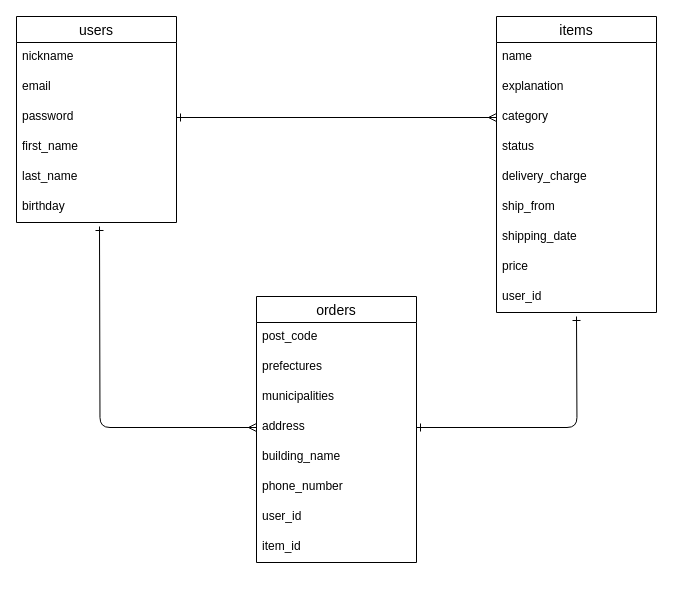
The draw.io diagram er.dio in hm19890304/furima-37771, before the edit. Source tidied: cells renumbered, new cells numbered last; positions are measured from the earlier drawing's top-left corner, leaving out a move shared by most shapes. Both pictures are drawn from the tidied source at 100%, with x=0, y=0 at pixel (16, 16).
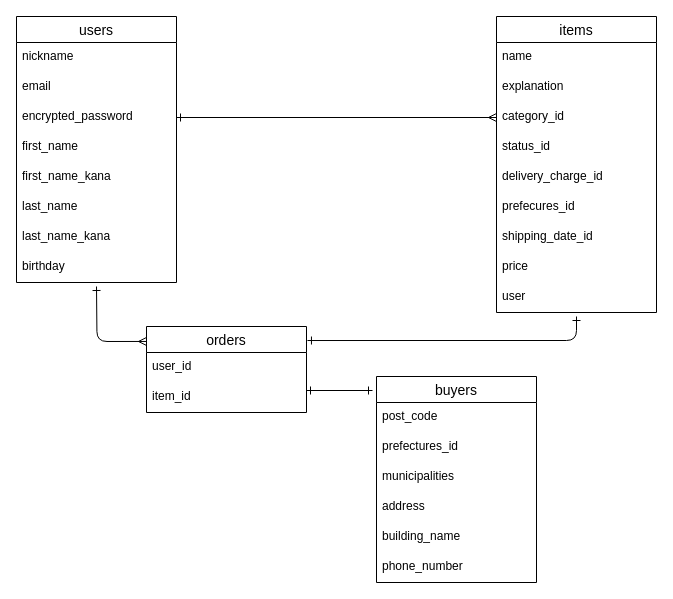
The same diagram, later.

Commit message (it also covers changes not shown here):
データベース設計の見直し

The change refers to these unchanged cells:
```xml
<mxCell id="9" value="items" style="swimlane;fontStyle=0;horizontal=1;startSize=26;align=center;fontSize=14;" parent="1" vertex="1">
  <mxGeometry x="480" width="160" height="296" as="geometry" />
</mxCell>
```

The edit, as a diff of the source:
```diff
@@
     <mxCell id="2" value="users" style="swimlane;fontStyle=0;horizontal=1;startSize=26;align=center;fontSize=14;" parent="1" vertex="1">
-      <mxGeometry width="160" height="206" as="geometry" />
+      <mxGeometry width="160" height="266" as="geometry" />
     </mxCell>
@@
-    <mxCell id="5" value="password" style="text;strokeColor=none;fillColor=none;spacingLeft=4;spacingRight=4;overflow=hidden;points=[[0,0.5],[1,0.5]];portConstraint=eastwest;fontSize=12;" parent="2" vertex="1">
+    <mxCell id="5" value="encrypted_password" style="text;strokeColor=none;fillColor=none;spacingLeft=4;spacingRight=4;overflow=hidden;points=[[0,0.5],[1,0.5]];portConstraint=eastwest;fontSize=12;" parent="2" vertex="1">
       <mxGeometry y="86" width="160" height="30" as="geometry" />
     </mxCell>
+    <mxCell id="31" value="first_name" style="text;strokeColor=none;fillColor=none;spacingLeft=4;spacingRight=4;overflow=hidden;fontSize=12;" parent="2" vertex="1">
+      <mxGeometry y="116" width="160" height="30" as="geometry" />
+    </mxCell>
-    <mxCell id="6" value="first_name" style="text;strokeColor=none;fillColor=none;spacingLeft=4;spacingRight=4;overflow=hidden;fontSize=12;" parent="2" vertex="1">
-      <mxGeometry y="116" width="160" height="30" as="geometry" />
+    <mxCell id="6" value="first_name_kana" style="text;strokeColor=none;fillColor=none;spacingLeft=4;spacingRight=4;overflow=hidden;fontSize=12;" parent="2" vertex="1">
+      <mxGeometry y="146" width="160" height="30" as="geometry" />
     </mxCell>
+    <mxCell id="32" value="last_name" style="text;strokeColor=none;fillColor=none;spacingLeft=4;spacingRight=4;overflow=hidden;fontSize=12;" parent="2" vertex="1">
+      <mxGeometry y="176" width="160" height="30" as="geometry" />
+    </mxCell>
-    <mxCell id="7" value="last_name" style="text;strokeColor=none;fillColor=none;spacingLeft=4;spacingRight=4;overflow=hidden;fontSize=12;" parent="2" vertex="1">
-      <mxGeometry y="146" width="160" height="30" as="geometry" />
+    <mxCell id="7" value="last_name_kana" style="text;strokeColor=none;fillColor=none;spacingLeft=4;spacingRight=4;overflow=hidden;fontSize=12;" parent="2" vertex="1">
+      <mxGeometry y="206" width="160" height="30" as="geometry" />
     </mxCell>
     <mxCell id="8" value="birthday" style="text;strokeColor=none;fillColor=none;spacingLeft=4;spacingRight=4;overflow=hidden;fontSize=12;" parent="2" vertex="1">
-      <mxGeometry y="176" width="160" height="30" as="geometry" />
+      <mxGeometry y="236" width="160" height="30" as="geometry" />
     </mxCell>
@@
-    <mxCell id="12" value="category" style="text;strokeColor=none;fillColor=none;spacingLeft=4;spacingRight=4;overflow=hidden;points=[[0,0.5],[1,0.5]];portConstraint=eastwest;fontSize=12;" parent="9" vertex="1">
+    <mxCell id="12" value="category_id" style="text;strokeColor=none;fillColor=none;spacingLeft=4;spacingRight=4;overflow=hidden;points=[[0,0.5],[1,0.5]];portConstraint=eastwest;fontSize=12;" parent="9" vertex="1">
       <mxGeometry y="86" width="160" height="30" as="geometry" />
     </mxCell>
-    <mxCell id="13" value="status" style="text;strokeColor=none;fillColor=none;spacingLeft=4;spacingRight=4;overflow=hidden;fontSize=12;" parent="9" vertex="1">
+    <mxCell id="13" value="status_id" style="text;strokeColor=none;fillColor=none;spacingLeft=4;spacingRight=4;overflow=hidden;fontSize=12;" parent="9" vertex="1">
       <mxGeometry y="116" width="160" height="30" as="geometry" />
     </mxCell>
-    <mxCell id="14" value="delivery_charge" style="text;strokeColor=none;fillColor=none;spacingLeft=4;spacingRight=4;overflow=hidden;fontSize=12;" parent="9" vertex="1">
+    <mxCell id="14" value="delivery_charge_id" style="text;strokeColor=none;fillColor=none;spacingLeft=4;spacingRight=4;overflow=hidden;fontSize=12;" parent="9" vertex="1">
       <mxGeometry y="146" width="160" height="30" as="geometry" />
     </mxCell>
-    <mxCell id="15" value="ship_from" style="text;strokeColor=none;fillColor=none;spacingLeft=4;spacingRight=4;overflow=hidden;fontSize=12;" parent="9" vertex="1">
+    <mxCell id="15" value="prefecures_id" style="text;strokeColor=none;fillColor=none;spacingLeft=4;spacingRight=4;overflow=hidden;fontSize=12;" parent="9" vertex="1">
       <mxGeometry y="176" width="160" height="30" as="geometry" />
     </mxCell>
-    <mxCell id="16" value="shipping_date" style="text;strokeColor=none;fillColor=none;spacingLeft=4;spacingRight=4;overflow=hidden;fontSize=12;" parent="9" vertex="1">
+    <mxCell id="16" value="shipping_date_id" style="text;strokeColor=none;fillColor=none;spacingLeft=4;spacingRight=4;overflow=hidden;fontSize=12;" parent="9" vertex="1">
       <mxGeometry y="206" width="160" height="30" as="geometry" />
     </mxCell>
@@
-    <mxCell id="18" value="user_id" style="text;strokeColor=none;fillColor=none;spacingLeft=4;spacingRight=4;overflow=hidden;fontSize=12;" parent="9" vertex="1">
+    <mxCell id="18" value="user" style="text;strokeColor=none;fillColor=none;spacingLeft=4;spacingRight=4;overflow=hidden;fontSize=12;" parent="9" vertex="1">
       <mxGeometry y="266" width="160" height="30" as="geometry" />
     </mxCell>
     <mxCell id="19" value="orders" style="swimlane;fontStyle=0;horizontal=1;startSize=26;align=center;fontSize=14;" parent="1" vertex="1">
-      <mxGeometry x="240" y="280" width="160" height="266" as="geometry" />
+      <mxGeometry x="130" y="310" width="160" height="86" as="geometry" />
     </mxCell>
-    <mxCell id="20" value="post_code" style="text;strokeColor=none;fillColor=none;spacingLeft=4;spacingRight=4;overflow=hidden;fontSize=12;" parent="19" vertex="1">
-      <mxGeometry y="26" width="160" height="30" as="geometry" />
-    </mxCell>
-    <mxCell id="21" value="prefectures" style="text;strokeColor=none;fillColor=none;spacingLeft=4;spacingRight=4;overflow=hidden;fontSize=12;" parent="19" vertex="1">
-      <mxGeometry y="56" width="160" height="30" as="geometry" />
-    </mxCell>
-    <mxCell id="22" value="municipalities" style="text;strokeColor=none;fillColor=none;spacingLeft=4;spacingRight=4;overflow=hidden;fontSize=12;" parent="19" vertex="1">
-      <mxGeometry y="86" width="160" height="30" as="geometry" />
-    </mxCell>
-    <mxCell id="23" value="address" style="text;strokeColor=none;fillColor=none;spacingLeft=4;spacingRight=4;overflow=hidden;points=[[0,0.5],[1,0.5]];portConstraint=eastwest;fontSize=12;" parent="19" vertex="1">
-      <mxGeometry y="116" width="160" height="30" as="geometry" />
-    </mxCell>
-    <mxCell id="24" value="building_name" style="text;strokeColor=none;fillColor=none;spacingLeft=4;spacingRight=4;overflow=hidden;fontSize=12;" parent="19" vertex="1">
-      <mxGeometry y="146" width="160" height="30" as="geometry" />
-    </mxCell>
-    <mxCell id="25" value="phone_number" style="text;strokeColor=none;fillColor=none;spacingLeft=4;spacingRight=4;overflow=hidden;fontSize=12;" parent="19" vertex="1">
-      <mxGeometry y="176" width="160" height="30" as="geometry" />
-    </mxCell>
     <mxCell id="26" value="user_id" style="text;strokeColor=none;fillColor=none;spacingLeft=4;spacingRight=4;overflow=hidden;fontSize=12;" parent="19" vertex="1">
-      <mxGeometry y="206" width="160" height="30" as="geometry" />
+      <mxGeometry y="26" width="160" height="30" as="geometry" />
     </mxCell>
     <mxCell id="27" value="item_id" style="text;strokeColor=none;fillColor=none;spacingLeft=4;spacingRight=4;overflow=hidden;fontSize=12;" parent="19" vertex="1">
-      <mxGeometry y="236" width="160" height="30" as="geometry" />
+      <mxGeometry y="56" width="160" height="30" as="geometry" />
     </mxCell>
@@
-    <mxCell id="29" style="edgeStyle=orthogonalEdgeStyle;html=1;exitX=0;exitY=0.5;exitDx=0;exitDy=0;startArrow=ERmany;startFill=0;endArrow=ERone;endFill=0;targetPerimeterSpacing=0;strokeWidth=1;" parent="1" edge="1" source="23">
+    <mxCell id="29" style="edgeStyle=orthogonalEdgeStyle;html=1;exitX=0;exitY=0.174;exitDx=0;exitDy=0;startArrow=ERmany;startFill=0;endArrow=ERone;endFill=0;targetPerimeterSpacing=0;strokeWidth=1;exitPerimeter=0;" parent="1" edge="1" source="19">
       <mxGeometry relative="1" as="geometry">
-        <mxPoint x="83" y="210" as="targetPoint" />
+        <mxPoint x="80" y="270" as="targetPoint" />
       </mxGeometry>
     </mxCell>
-    <mxCell id="30" style="edgeStyle=orthogonalEdgeStyle;html=1;startArrow=ERone;startFill=0;endArrow=ERone;endFill=0;targetPerimeterSpacing=0;strokeWidth=1;" parent="1" edge="1" target="23">
+    <mxCell id="30" style="edgeStyle=orthogonalEdgeStyle;html=1;startArrow=ERone;startFill=0;endArrow=ERone;endFill=0;targetPerimeterSpacing=0;strokeWidth=1;entryX=1.006;entryY=0.163;entryDx=0;entryDy=0;entryPerimeter=0;" parent="1" edge="1" target="19">
       <mxGeometry relative="1" as="geometry">
         <mxPoint x="560" y="300" as="sourcePoint" />
+        <Array as="points">
+          <mxPoint x="560" y="324" />
+        </Array>
       </mxGeometry>
     </mxCell>
+    <mxCell id="33" value="buyers" style="swimlane;fontStyle=0;horizontal=1;startSize=26;align=center;fontSize=14;" parent="1" vertex="1">
+      <mxGeometry x="360" y="360" width="160" height="206" as="geometry" />
+    </mxCell>
+    <mxCell id="20" value="post_code" style="text;strokeColor=none;fillColor=none;spacingLeft=4;spacingRight=4;overflow=hidden;fontSize=12;" parent="33" vertex="1">
+      <mxGeometry y="26" width="160" height="30" as="geometry" />
+    </mxCell>
+    <mxCell id="34" value="prefectures_id" style="text;strokeColor=none;fillColor=none;spacingLeft=4;spacingRight=4;overflow=hidden;fontSize=12;" parent="33" vertex="1">
+      <mxGeometry y="56" width="160" height="30" as="geometry" />
+    </mxCell>
+    <mxCell id="22" value="municipalities" style="text;strokeColor=none;fillColor=none;spacingLeft=4;spacingRight=4;overflow=hidden;fontSize=12;" parent="33" vertex="1">
+      <mxGeometry y="86" width="160" height="30" as="geometry" />
+    </mxCell>
+    <mxCell id="23" value="address" style="text;strokeColor=none;fillColor=none;spacingLeft=4;spacingRight=4;overflow=hidden;points=[[0,0.5],[1,0.5]];portConstraint=eastwest;fontSize=12;" parent="33" vertex="1">
+      <mxGeometry y="116" width="160" height="30" as="geometry" />
+    </mxCell>
+    <mxCell id="24" value="building_name" style="text;strokeColor=none;fillColor=none;spacingLeft=4;spacingRight=4;overflow=hidden;fontSize=12;" parent="33" vertex="1">
+      <mxGeometry y="146" width="160" height="30" as="geometry" />
+    </mxCell>
+    <mxCell id="25" value="phone_number" style="text;strokeColor=none;fillColor=none;spacingLeft=4;spacingRight=4;overflow=hidden;fontSize=12;" parent="33" vertex="1">
+      <mxGeometry y="176" width="160" height="30" as="geometry" />
+    </mxCell>
+    <mxCell id="35" style="edgeStyle=none;html=1;entryX=-0.025;entryY=0.068;entryDx=0;entryDy=0;entryPerimeter=0;startArrow=ERone;startFill=0;endArrow=ERone;endFill=0;" parent="1" edge="1" target="33">
+      <mxGeometry relative="1" as="geometry">
+        <mxPoint x="290" y="374" as="sourcePoint" />
+      </mxGeometry>
+    </mxCell>
```
